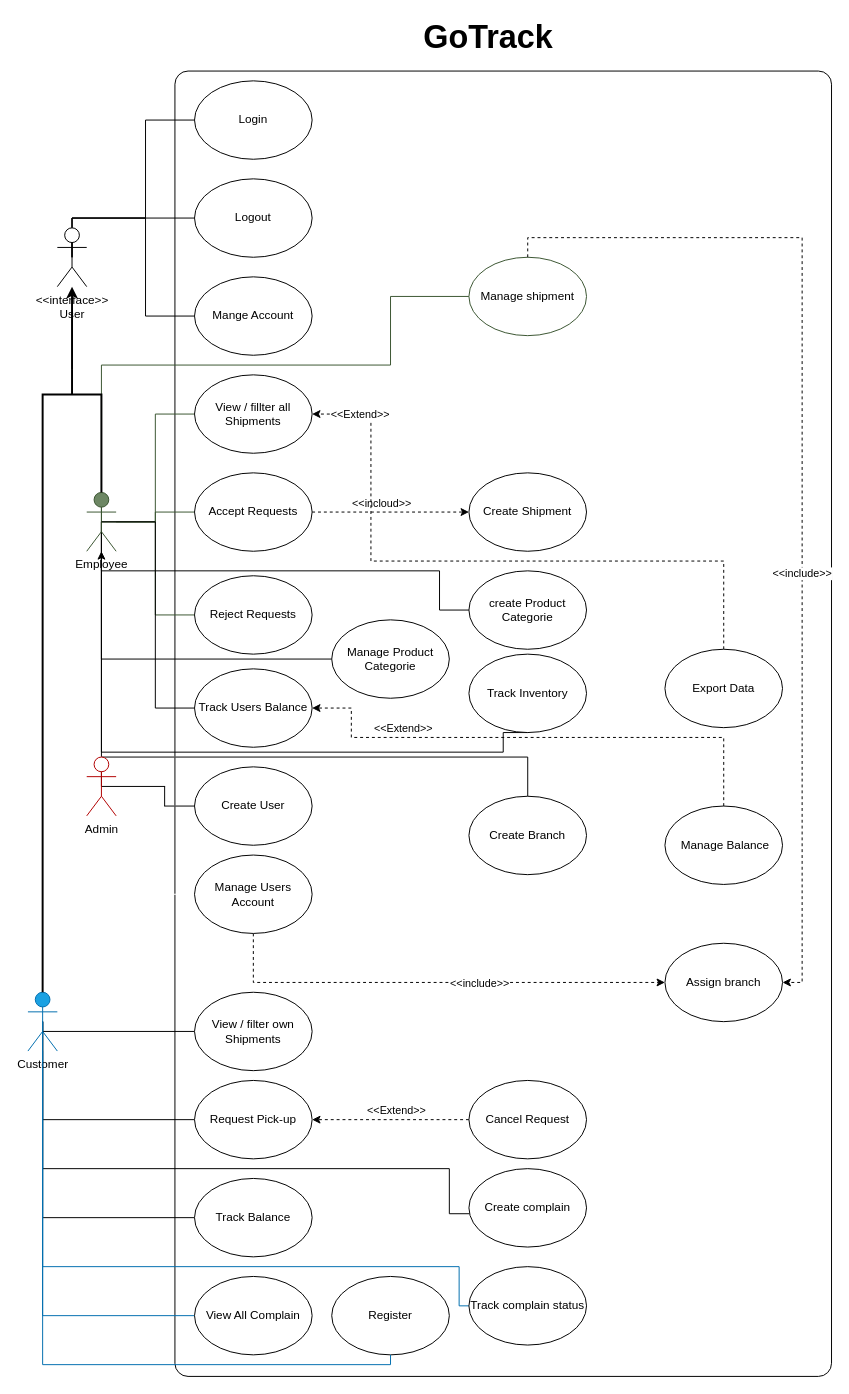
Earlier version of the draw.io diagram GoTrack_UseCase.drawio (HelwanDevs/GoTrack-Logistic-System). Source tidied: cells renumbered, new cells numbered last; positions are measured from the earlier drawing's top-left corner, leaving out a move shared by most shapes. Both pictures are drawn from the tidied source at 98%, with x=0, y=0 at pixel (27, 22).
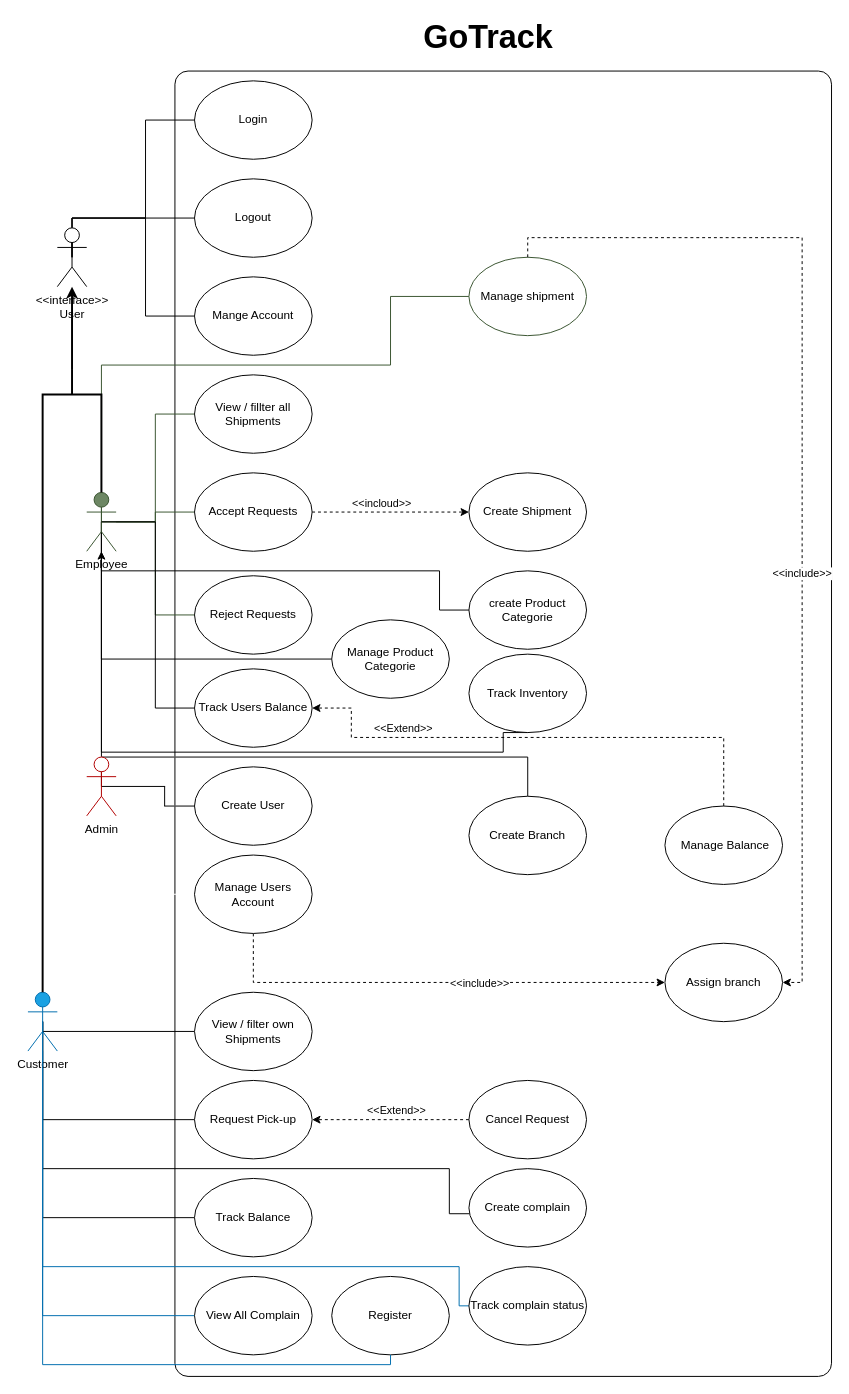
The same diagram, later.

Commit message (it also covers changes not shown here):
edit of goTrack Use-case

The change refers to these unchanged cells:
```xml
<mxCell id="36" value="View / fillter all Shipments" style="ellipse;whiteSpace=wrap;html=1;strokeColor=light-dark(#000000,#9DB395);" parent="1" vertex="1">
  <mxGeometry x="170" y="360" width="120" height="80" as="geometry" />
</mxCell>
```

What changed in the source:
```diff
@@
-    <mxCell id="50" style="edgeStyle=orthogonalEdgeStyle;rounded=0;jettySize=auto;html=1;entryX=1;entryY=0.5;entryDx=0;entryDy=0;dashed=1;" parent="1" edge="1" source="52" target="36">
-      <mxGeometry relative="1" as="geometry">
-        <Array as="points">
-          <mxPoint x="710" y="550" />
-          <mxPoint x="350" y="550" />
-          <mxPoint x="350" y="400" />
-        </Array>
-      </mxGeometry>
-    </mxCell>
-    <mxCell id="51" value="&amp;lt;&amp;lt;Extend&amp;gt;&amp;gt;" style="edgeLabel;html=1;align=center;verticalAlign=middle;" parent="50" vertex="1">
-      <mxGeometry x="-0.43" y="-2" relative="1" as="geometry">
-        <mxPoint x="-274" y="-148" as="offset" />
-      </mxGeometry>
-    </mxCell>
-    <mxCell id="52" value="Export Data" style="ellipse;whiteSpace=wrap;html=1;" parent="1" vertex="1">
-      <mxGeometry x="650" y="640" width="120" height="80" as="geometry" />
-    </mxCell>
```
